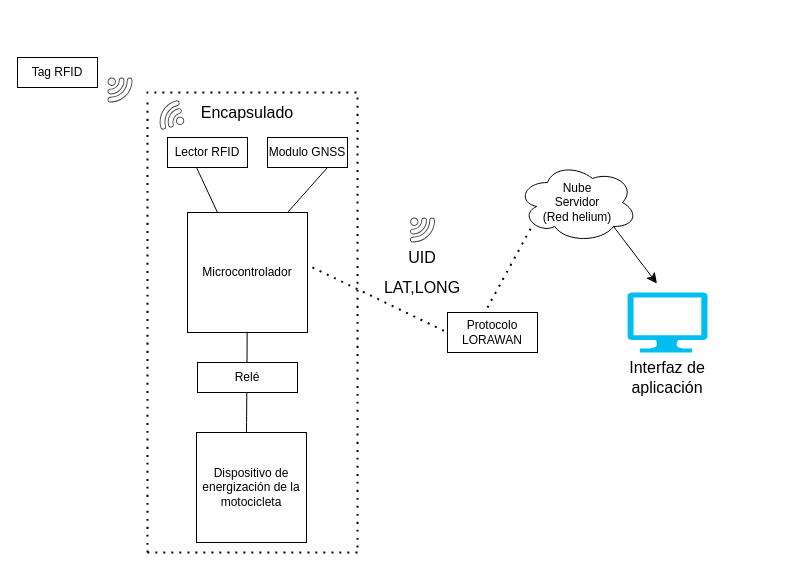
The draw.io diagram page "Copia de Página-1" (2 of 2) of diagrama2024.drawio in Sasarindo00/Ingenieria-6semestre, before the edit. Source tidied: cells renumbered, new cells numbered last; positions are measured from the earlier drawing's top-left corner, leaving out a move shared by most shapes. Both pictures are drawn from the tidied source at 100%, with x=0, y=0 at pixel (17, 57).
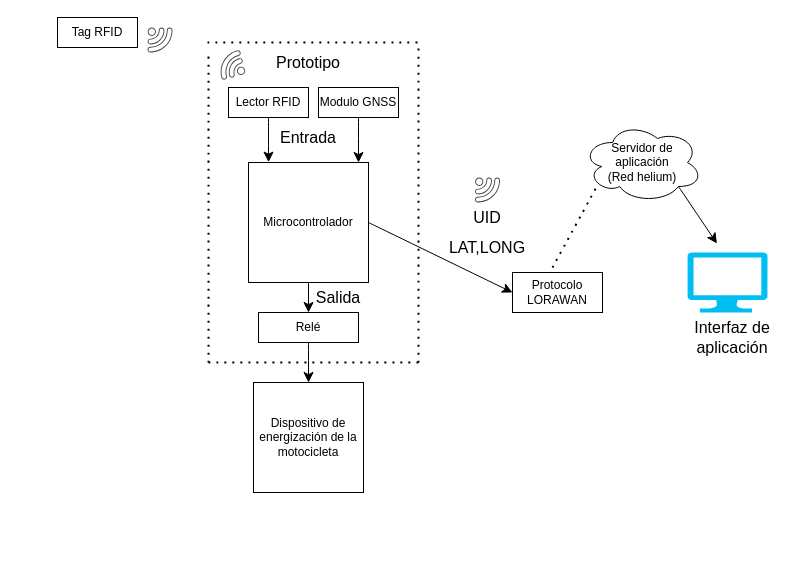
The same page after the edit.

The edit, as a diff of the source:
```diff
@@
+    <mxCell id="29" style="edgeStyle=none;curved=1;rounded=0;jettySize=auto;html=1;exitX=0.5;exitY=1;exitDx=0;exitDy=0;entryX=0.5;entryY=0;entryDx=0;entryDy=0;fontSize=12;startSize=8;endSize=8;" parent="1" edge="1" source="2" target="9">
+      <mxGeometry relative="1" as="geometry" />
+    </mxCell>
+    <mxCell id="30" style="edgeStyle=none;curved=1;rounded=0;jettySize=auto;html=1;exitX=1;exitY=0.5;exitDx=0;exitDy=0;entryX=0;entryY=0.5;entryDx=0;entryDy=0;fontSize=12;startSize=8;endSize=8;" parent="1" edge="1" source="2" target="17">
+      <mxGeometry relative="1" as="geometry" />
+    </mxCell>
     <mxCell id="2" value="Microcontrolador" style="whiteSpace=wrap;html=1;" parent="1" vertex="1">
-      <mxGeometry x="170" y="155" width="120" height="120" as="geometry" />
+      <mxGeometry x="231" y="105" width="120" height="120" as="geometry" />
     </mxCell>
     <mxCell id="3" value="Dispositivo de energización de la motocicleta" style="whiteSpace=wrap;html=1;" parent="1" vertex="1">
-      <mxGeometry x="179" y="375" width="110" height="110" as="geometry" />
+      <mxGeometry x="236" y="325" width="110" height="110" as="geometry" />
     </mxCell>
-    <mxCell id="4" style="endArrow=none;html=1;rounded=0;" parent="1" edge="1" target="2">
-      <mxGeometry relative="1" as="geometry">
-        <mxPoint x="229.5" y="305" as="sourcePoint" />
-      </mxGeometry>
-    </mxCell>
     <mxCell id="5" value="Lector RFID" style="rounded=0;whiteSpace=wrap;html=1;" parent="1" vertex="1">
-      <mxGeometry x="150" y="80" width="80" height="30" as="geometry" />
+      <mxGeometry x="211" y="30" width="80" height="30" as="geometry" />
     </mxCell>
     <mxCell id="6" style="sketch=0;shadow=0;dashed=0;html=1;strokeColor=none;fillColor=#434445;labelPosition=center;verticalLabelPosition=bottom;verticalAlign=top;align=center;shape=mxgraph.vvd.wi_fi;rotation=-105;" parent="1" vertex="1">
-      <mxGeometry x="140" y="45" width="25" height="25" as="geometry" />
+      <mxGeometry x="201" y="-5" width="25" height="25" as="geometry" />
     </mxCell>
     <mxCell id="7" value="Tag RFID" style="rounded=0;whiteSpace=wrap;html=1;" parent="1" vertex="1">
-      <mxGeometry width="80" height="30" as="geometry" />
+      <mxGeometry x="40" y="-40" width="80" height="30" as="geometry" />
     </mxCell>
     <mxCell id="8" style="sketch=0;shadow=0;dashed=0;html=1;strokeColor=none;fillColor=#434445;labelPosition=center;verticalLabelPosition=bottom;verticalAlign=top;align=center;shape=mxgraph.vvd.wi_fi;rotation=90;" parent="1" vertex="1">
-      <mxGeometry x="90" y="20" width="25" height="25" as="geometry" />
+      <mxGeometry x="130" y="-30" width="25" height="25" as="geometry" />
     </mxCell>
+    <mxCell id="31" style="edgeStyle=none;curved=1;rounded=0;jettySize=auto;html=1;exitX=0.5;exitY=1;exitDx=0;exitDy=0;entryX=0.5;entryY=0;entryDx=0;entryDy=0;fontSize=12;startSize=8;endSize=8;" parent="1" edge="1" source="9" target="3">
+      <mxGeometry relative="1" as="geometry" />
+    </mxCell>
     <mxCell id="9" value="&lt;div&gt;Relé&lt;/div&gt;" style="rounded=0;whiteSpace=wrap;html=1;" parent="1" vertex="1">
-      <mxGeometry x="180" y="305" width="100" height="30" as="geometry" />
+      <mxGeometry x="241" y="255" width="100" height="30" as="geometry" />
     </mxCell>
-    <mxCell id="10" value="Nube&lt;br&gt;Servidor&lt;br&gt;(Red helium)" style="ellipse;shape=cloud;whiteSpace=wrap;html=1;" parent="1" vertex="1">
-      <mxGeometry x="500" y="105" width="120" height="80" as="geometry" />
+    <mxCell id="10" value="Servidor de aplicación&lt;br&gt;(Red helium)" style="ellipse;shape=cloud;whiteSpace=wrap;html=1;" parent="1" vertex="1">
+      <mxGeometry x="565" y="65" width="120" height="80" as="geometry" />
     </mxCell>
     <mxCell id="11" style="verticalLabelPosition=bottom;html=1;verticalAlign=top;align=center;strokeColor=none;fillColor=#00BEF2;shape=mxgraph.azure.computer;" parent="1" vertex="1">
-      <mxGeometry x="610" y="235" width="80" height="60" as="geometry" />
+      <mxGeometry x="670" y="195" width="80" height="60" as="geometry" />
     </mxCell>
-    <mxCell id="12" style="endArrow=none;html=1;rounded=0;fontSize=12;startSize=8;endSize=8;curved=1;" parent="1" edge="1">
-      <mxGeometry relative="1" as="geometry">
-        <mxPoint x="229" y="375" as="sourcePoint" />
-        <mxPoint x="229.3" y="335" as="targetPoint" />
-      </mxGeometry>
-    </mxCell>
     <mxCell id="13" value="Modulo GNSS" style="rounded=0;whiteSpace=wrap;html=1;" parent="1" vertex="1">
-      <mxGeometry x="250" y="80" width="80" height="30" as="geometry" />
+      <mxGeometry x="301" y="30" width="80" height="30" as="geometry" />
     </mxCell>
-    <mxCell id="14" style="endArrow=none;html=1;rounded=0;fontSize=12;startSize=8;endSize=8;curved=1;entryX=0.25;entryY=0;entryDx=0;entryDy=0;" parent="1" edge="1" target="2">
-      <mxGeometry relative="1" as="geometry">
-        <mxPoint x="179" y="110" as="sourcePoint" />
-      </mxGeometry>
-    </mxCell>
-    <mxCell id="15" style="endArrow=none;html=1;rounded=0;fontSize=12;startSize=8;endSize=8;curved=1;entryX=0.75;entryY=1;entryDx=0;entryDy=0;" parent="1" edge="1" target="13">
-      <mxGeometry relative="1" as="geometry">
-        <mxPoint x="270" y="155" as="sourcePoint" />
-      </mxGeometry>
-    </mxCell>
-    <mxCell id="16" style="endArrow=none;dashed=1;html=1;dashPattern=1 3;strokeWidth=2;rounded=0;fontSize=12;startSize=8;endSize=8;curved=1;" parent="1" edge="1">
-      <mxGeometry relative="1" as="geometry">
-        <mxPoint x="295" y="210" as="sourcePoint" />
-        <mxPoint x="430" y="275" as="targetPoint" />
-      </mxGeometry>
-    </mxCell>
     <mxCell id="17" value="Protocolo LORAWAN" style="rounded=0;whiteSpace=wrap;html=1;" parent="1" vertex="1">
-      <mxGeometry x="430" y="255" width="90" height="40" as="geometry" />
+      <mxGeometry x="495" y="215" width="90" height="40" as="geometry" />
     </mxCell>
     <mxCell id="18" style="endArrow=none;dashed=1;html=1;dashPattern=1 3;strokeWidth=2;rounded=0;fontSize=12;startSize=8;endSize=8;curved=1;entryX=0.13;entryY=0.77;entryDx=0;entryDy=0;entryPerimeter=0;" parent="1" edge="1" target="10">
       <mxGeometry relative="1" as="geometry">
-        <mxPoint x="470" y="250" as="sourcePoint" />
+        <mxPoint x="535" y="210" as="sourcePoint" />
       </mxGeometry>
     </mxCell>
@@
     <mxCell id="20" value="Interfaz de aplicación" style="text;html=1;align=center;verticalAlign=middle;whiteSpace=wrap;rounded=0;fontSize=16;" parent="1" vertex="1">
-      <mxGeometry x="605" y="305" width="90" height="30" as="geometry" />
+      <mxGeometry x="670" y="265" width="90" height="30" as="geometry" />
     </mxCell>
     <mxCell id="21" style="endArrow=none;dashed=1;html=1;dashPattern=1 3;strokeWidth=2;rounded=0;fontSize=12;startSize=8;endSize=8;curved=1;" parent="1" edge="1">
       <mxGeometry relative="1" as="geometry">
-        <mxPoint x="130" y="495" as="sourcePoint" />
-        <mxPoint x="130" y="45" as="targetPoint" />
+        <mxPoint x="191" y="305" as="sourcePoint" />
+        <mxPoint x="191" y="-5" as="targetPoint" />
       </mxGeometry>
     </mxCell>
     <mxCell id="22" style="endArrow=none;dashed=1;html=1;dashPattern=1 3;strokeWidth=2;rounded=0;fontSize=12;startSize=8;endSize=8;curved=1;" parent="1" edge="1">
       <mxGeometry relative="1" as="geometry">
-        <mxPoint x="340" y="490" as="sourcePoint" />
-        <mxPoint x="340" y="40" as="targetPoint" />
+        <mxPoint x="401" y="305" as="sourcePoint" />
+        <mxPoint x="401" y="-10" as="targetPoint" />
       </mxGeometry>
     </mxCell>
     <mxCell id="23" style="endArrow=none;dashed=1;html=1;dashPattern=1 3;strokeWidth=2;rounded=0;fontSize=12;startSize=8;endSize=8;curved=1;" parent="1" edge="1">
       <mxGeometry relative="1" as="geometry">
-        <mxPoint x="130" y="495" as="sourcePoint" />
-        <mxPoint x="340" y="495" as="targetPoint" />
+        <mxPoint x="191" y="305" as="sourcePoint" />
+        <mxPoint x="401" y="305" as="targetPoint" />
       </mxGeometry>
     </mxCell>
     <mxCell id="24" style="endArrow=none;dashed=1;html=1;dashPattern=1 3;strokeWidth=2;rounded=0;fontSize=12;startSize=8;endSize=8;curved=1;" parent="1" edge="1">
       <mxGeometry relative="1" as="geometry">
-        <mxPoint x="129" y="35" as="sourcePoint" />
-        <mxPoint x="339" y="35" as="targetPoint" />
+        <mxPoint x="190" y="-15" as="sourcePoint" />
+        <mxPoint x="400" y="-15" as="targetPoint" />
       </mxGeometry>
     </mxCell>
-    <mxCell id="25" value="Encapsulado" style="text;html=1;align=center;verticalAlign=middle;whiteSpace=wrap;rounded=0;fontSize=16;" parent="1" vertex="1">
-      <mxGeometry x="175" y="40" width="110" height="30" as="geometry" />
+    <mxCell id="25" value="Prototipo" style="text;html=1;align=center;verticalAlign=middle;whiteSpace=wrap;rounded=0;fontSize=16;" parent="1" vertex="1">
+      <mxGeometry x="236" y="-10" width="110" height="30" as="geometry" />
     </mxCell>
     <mxCell id="26" value="UID" style="text;html=1;align=center;verticalAlign=middle;whiteSpace=wrap;rounded=0;fontSize=16;" parent="1" vertex="1">
-      <mxGeometry x="375" y="185" width="60" height="30" as="geometry" />
+      <mxGeometry x="440" y="145" width="60" height="30" as="geometry" />
     </mxCell>
     <mxCell id="27" value="LAT,LONG" style="text;html=1;align=center;verticalAlign=middle;whiteSpace=wrap;rounded=0;fontSize=16;" parent="1" vertex="1">
-      <mxGeometry x="375" y="215" width="60" height="30" as="geometry" />
+      <mxGeometry x="440" y="175" width="60" height="30" as="geometry" />
     </mxCell>
     <mxCell id="28" style="sketch=0;shadow=0;dashed=0;html=1;strokeColor=none;fillColor=#434445;labelPosition=center;verticalLabelPosition=bottom;verticalAlign=top;align=center;shape=mxgraph.vvd.wi_fi;rotation=90;" parent="1" vertex="1">
-      <mxGeometry x="392.5" y="160" width="25" height="25" as="geometry" />
+      <mxGeometry x="457.5" y="120" width="25" height="25" as="geometry" />
     </mxCell>
+    <mxCell id="32" style="edgeStyle=none;curved=1;rounded=0;jettySize=auto;html=1;exitX=0.5;exitY=1;exitDx=0;exitDy=0;entryX=0.167;entryY=-0.003;entryDx=0;entryDy=0;entryPerimeter=0;fontSize=12;startSize=8;endSize=8;" parent="1" edge="1" source="5" target="2">
+      <mxGeometry relative="1" as="geometry" />
+    </mxCell>
+    <mxCell id="33" style="edgeStyle=none;curved=1;rounded=0;jettySize=auto;html=1;fontSize=12;startSize=8;endSize=8;" parent="1" edge="1" source="13">
+      <mxGeometry relative="1" as="geometry">
+        <mxPoint x="341" y="105" as="targetPoint" />
+      </mxGeometry>
+    </mxCell>
+    <mxCell id="34" value="Entrada" style="text;html=1;align=center;verticalAlign=middle;whiteSpace=wrap;rounded=0;fontSize=16;" parent="1" vertex="1">
+      <mxGeometry x="261" y="65" width="60" height="30" as="geometry" />
+    </mxCell>
+    <mxCell id="35" value="Salida" style="text;html=1;align=center;verticalAlign=middle;whiteSpace=wrap;rounded=0;fontSize=16;" parent="1" vertex="1">
+      <mxGeometry x="291" y="225" width="60" height="30" as="geometry" />
+    </mxCell>
```
